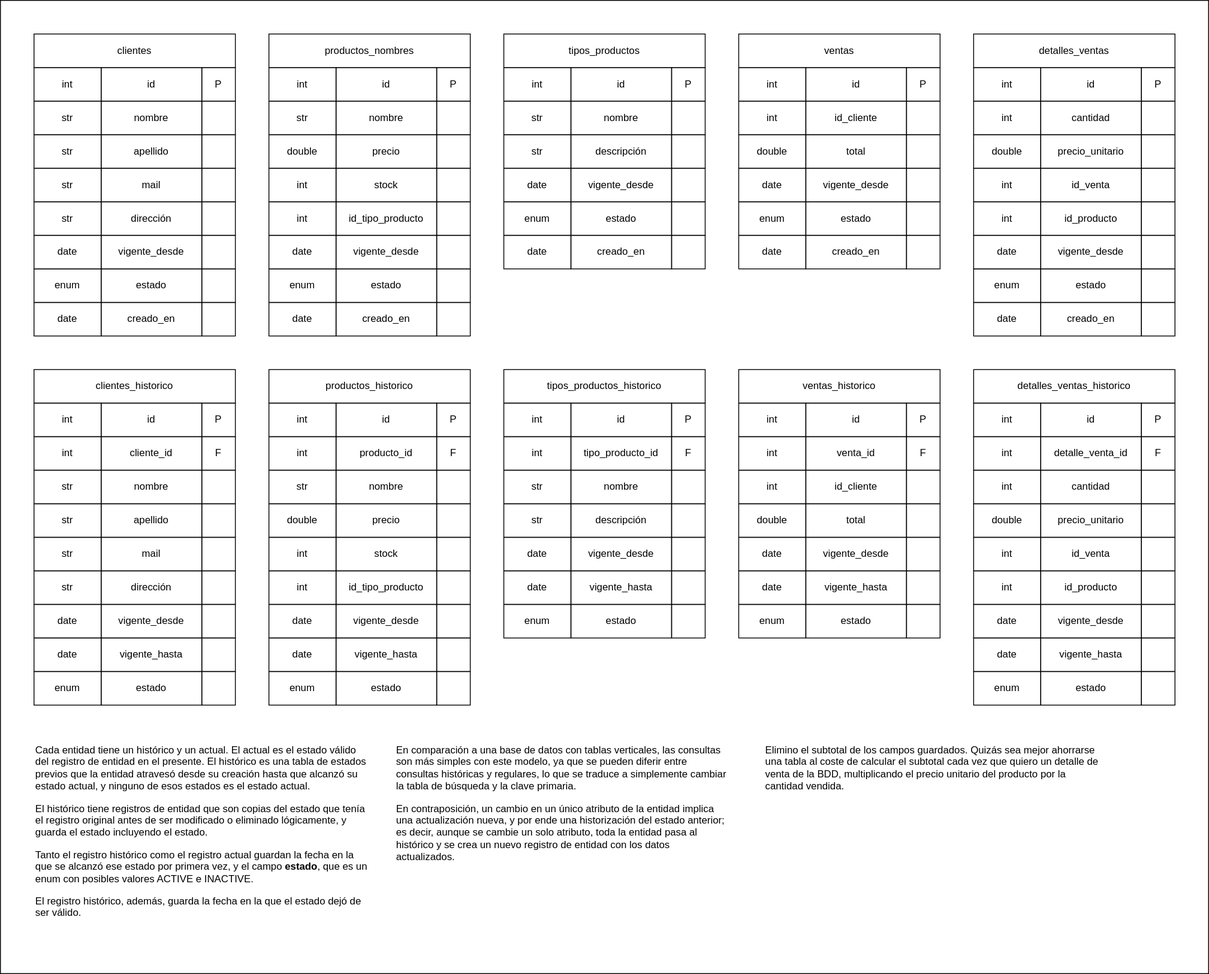
Earlier version of the draw.io export docs/diagrama-bdd.svg (Mateo-Serrano-24504/CrudGyl). Source tidied: cells renumbered, new cells last; positions are measured from the earlier drawing's top-left corner, leaving out a move shared by most shapes.
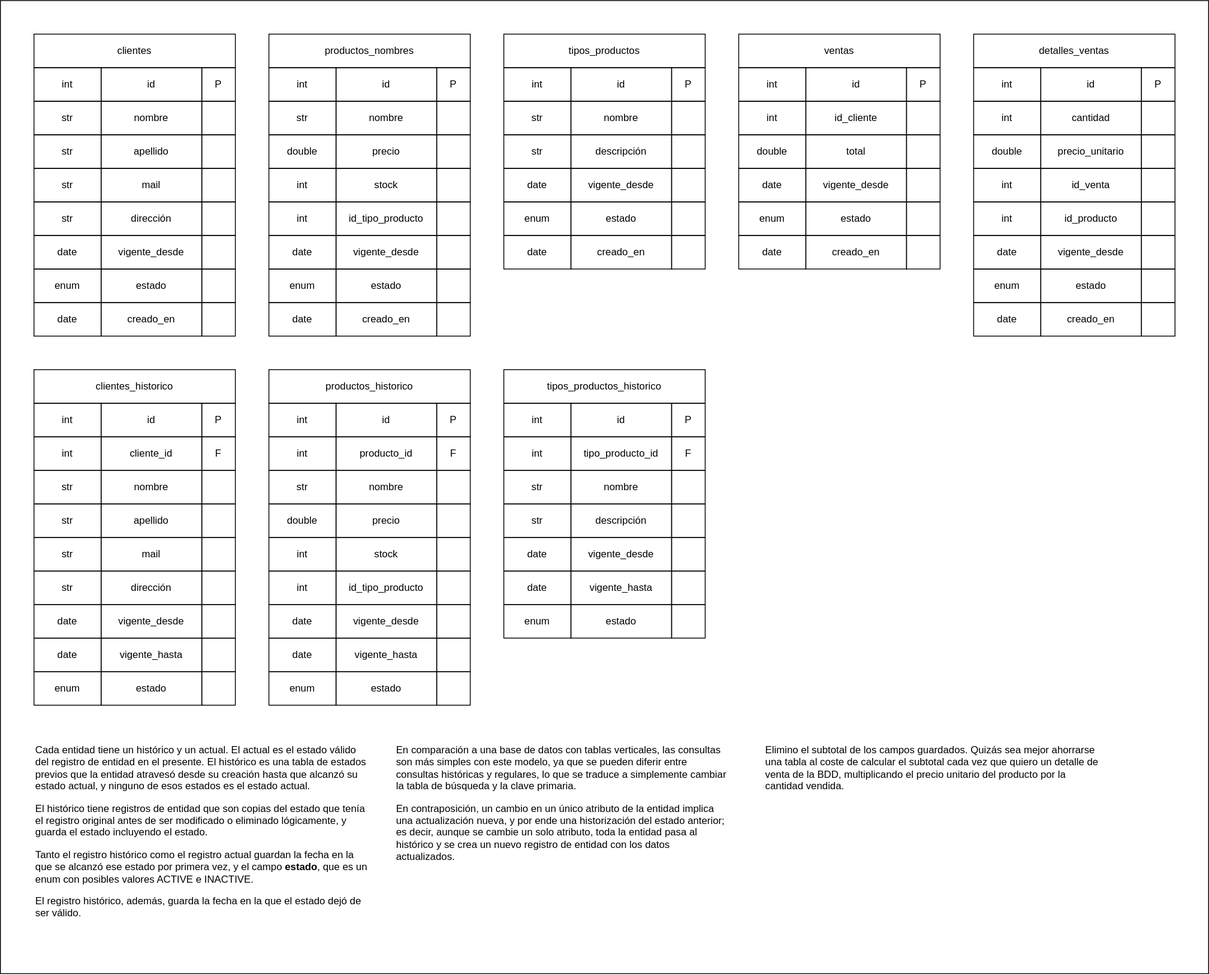
Above is the later version.

Commit message:
docs: Actualizo el diagrama de la BDD

The edit, as a diff of the source:
```diff
@@ -356,75 +356,6 @@
     <mxCell id="119" style="rounded=0;whiteSpace=wrap;html=1;fillColor=none;align=center;" parent="1" vertex="1">
       <mxGeometry x="520" y="680" width="40" height="40" as="geometry" />
     </mxCell>
-    <mxCell id="120" value="detalles_ventas_historico" style="rounded=0;whiteSpace=wrap;html=1;" parent="1" vertex="1">
-      <mxGeometry x="1160" y="440" width="240" height="40" as="geometry" />
-    </mxCell>
-    <mxCell id="121" value="int" style="rounded=0;whiteSpace=wrap;html=1;fillColor=none;align=center;" parent="1" vertex="1">
-      <mxGeometry x="1160" y="480" width="80" height="40" as="geometry" />
-    </mxCell>
-    <mxCell id="122" value="id" style="rounded=0;whiteSpace=wrap;html=1;fillColor=none;align=center;" parent="1" vertex="1">
-      <mxGeometry x="1240" y="480" width="120" height="40" as="geometry" />
-    </mxCell>
-    <mxCell id="123" value="P" style="rounded=0;whiteSpace=wrap;html=1;fillColor=none;align=center;" parent="1" vertex="1">
-      <mxGeometry x="1360" y="480" width="40" height="40" as="geometry" />
-    </mxCell>
-    <mxCell id="124" value="int" style="rounded=0;whiteSpace=wrap;html=1;fillColor=none;align=center;" parent="1" vertex="1">
-      <mxGeometry x="1160" y="560" width="80" height="40" as="geometry" />
-    </mxCell>
-    <mxCell id="125" value="cantidad" style="rounded=0;whiteSpace=wrap;html=1;fillColor=none;align=center;" parent="1" vertex="1">
-      <mxGeometry x="1240" y="560" width="120" height="40" as="geometry" />
-    </mxCell>
-    <mxCell id="126" style="rounded=0;whiteSpace=wrap;html=1;fillColor=none;align=center;" parent="1" vertex="1">
-      <mxGeometry x="1360" y="560" width="40" height="40" as="geometry" />
-    </mxCell>
-    <mxCell id="127" value="date" style="rounded=0;whiteSpace=wrap;html=1;fillColor=none;align=center;" parent="1" vertex="1">
-      <mxGeometry x="1160" y="720" width="80" height="40" as="geometry" />
-    </mxCell>
-    <mxCell id="128" value="vigente_desde" style="rounded=0;whiteSpace=wrap;html=1;fillColor=none;align=center;" parent="1" vertex="1">
-      <mxGeometry x="1240" y="720" width="120" height="40" as="geometry" />
-    </mxCell>
-    <mxCell id="129" style="rounded=0;whiteSpace=wrap;html=1;fillColor=none;align=center;" parent="1" vertex="1">
-      <mxGeometry x="1360" y="720" width="40" height="40" as="geometry" />
-    </mxCell>
-    <mxCell id="130" value="ventas_historico" style="rounded=0;whiteSpace=wrap;html=1;" parent="1" vertex="1">
-      <mxGeometry x="880" y="440" width="240" height="40" as="geometry" />
-    </mxCell>
-    <mxCell id="131" value="int" style="rounded=0;whiteSpace=wrap;html=1;fillColor=none;align=center;" parent="1" vertex="1">
-      <mxGeometry x="880" y="480" width="80" height="40" as="geometry" />
-    </mxCell>
-    <mxCell id="132" value="id" style="rounded=0;whiteSpace=wrap;html=1;fillColor=none;align=center;" parent="1" vertex="1">
-      <mxGeometry x="960" y="480" width="120" height="40" as="geometry" />
-    </mxCell>
-    <mxCell id="133" value="P" style="rounded=0;whiteSpace=wrap;html=1;fillColor=none;align=center;" parent="1" vertex="1">
-      <mxGeometry x="1080" y="480" width="40" height="40" as="geometry" />
-    </mxCell>
-    <mxCell id="134" value="int" style="rounded=0;whiteSpace=wrap;html=1;fillColor=none;align=center;" parent="1" vertex="1">
-      <mxGeometry x="880" y="560" width="80" height="40" as="geometry" />
-    </mxCell>
-    <mxCell id="135" value="id_cliente" style="rounded=0;whiteSpace=wrap;html=1;fillColor=none;align=center;" parent="1" vertex="1">
-      <mxGeometry x="960" y="560" width="120" height="40" as="geometry" />
-    </mxCell>
-    <mxCell id="136" style="rounded=0;whiteSpace=wrap;html=1;fillColor=none;align=center;" parent="1" vertex="1">
-      <mxGeometry x="1080" y="560" width="40" height="40" as="geometry" />
-    </mxCell>
-    <mxCell id="137" value="date" style="rounded=0;whiteSpace=wrap;html=1;fillColor=none;align=center;" parent="1" vertex="1">
-      <mxGeometry x="880" y="640" width="80" height="40" as="geometry" />
-    </mxCell>
-    <mxCell id="138" value="vigente_desde" style="rounded=0;whiteSpace=wrap;html=1;fillColor=none;align=center;" parent="1" vertex="1">
-      <mxGeometry x="960" y="640" width="120" height="40" as="geometry" />
-    </mxCell>
-    <mxCell id="139" style="rounded=0;whiteSpace=wrap;html=1;fillColor=none;align=center;" parent="1" vertex="1">
-      <mxGeometry x="1080" y="640" width="40" height="40" as="geometry" />
-    </mxCell>
-    <mxCell id="140" value="double" style="rounded=0;whiteSpace=wrap;html=1;fillColor=none;align=center;" parent="1" vertex="1">
-      <mxGeometry x="880" y="600" width="80" height="40" as="geometry" />
-    </mxCell>
-    <mxCell id="141" value="total" style="rounded=0;whiteSpace=wrap;html=1;fillColor=none;align=center;" parent="1" vertex="1">
-      <mxGeometry x="960" y="600" width="120" height="40" as="geometry" />
-    </mxCell>
-    <mxCell id="142" style="rounded=0;whiteSpace=wrap;html=1;fillColor=none;align=center;" parent="1" vertex="1">
-      <mxGeometry x="1080" y="600" width="40" height="40" as="geometry" />
-    </mxCell>
     <mxCell id="143" value="tipos_productos_historico" style="rounded=0;whiteSpace=wrap;html=1;" parent="1" vertex="1">
       <mxGeometry x="600" y="440" width="240" height="40" as="geometry" />
     </mxCell>
@@ -464,33 +395,6 @@
     <mxCell id="155" style="rounded=0;whiteSpace=wrap;html=1;fillColor=none;align=center;" parent="1" vertex="1">
       <mxGeometry x="800" y="560" width="40" height="40" as="geometry" />
     </mxCell>
-    <mxCell id="156" value="double" style="rounded=0;whiteSpace=wrap;html=1;fillColor=none;align=center;" parent="1" vertex="1">
-      <mxGeometry x="1160" y="600" width="80" height="40" as="geometry" />
-    </mxCell>
-    <mxCell id="157" value="precio_unitario" style="rounded=0;whiteSpace=wrap;html=1;fillColor=none;align=center;" parent="1" vertex="1">
-      <mxGeometry x="1240" y="600" width="120" height="40" as="geometry" />
-    </mxCell>
-    <mxCell id="158" style="rounded=0;whiteSpace=wrap;html=1;fillColor=none;align=center;" parent="1" vertex="1">
-      <mxGeometry x="1360" y="600" width="40" height="40" as="geometry" />
-    </mxCell>
-    <mxCell id="159" value="int" style="rounded=0;whiteSpace=wrap;html=1;fillColor=none;align=center;" parent="1" vertex="1">
-      <mxGeometry x="1160" y="640" width="80" height="40" as="geometry" />
-    </mxCell>
-    <mxCell id="160" value="id_venta" style="rounded=0;whiteSpace=wrap;html=1;fillColor=none;align=center;" parent="1" vertex="1">
-      <mxGeometry x="1240" y="640" width="120" height="40" as="geometry" />
-    </mxCell>
-    <mxCell id="161" style="rounded=0;whiteSpace=wrap;html=1;fillColor=none;align=center;" parent="1" vertex="1">
-      <mxGeometry x="1360" y="640" width="40" height="40" as="geometry" />
-    </mxCell>
-    <mxCell id="162" value="int" style="rounded=0;whiteSpace=wrap;html=1;fillColor=none;align=center;" parent="1" vertex="1">
-      <mxGeometry x="1160" y="680" width="80" height="40" as="geometry" />
-    </mxCell>
-    <mxCell id="163" value="id_producto" style="rounded=0;whiteSpace=wrap;html=1;fillColor=none;align=center;" parent="1" vertex="1">
-      <mxGeometry x="1240" y="680" width="120" height="40" as="geometry" />
-    </mxCell>
-    <mxCell id="164" style="rounded=0;whiteSpace=wrap;html=1;fillColor=none;align=center;" parent="1" vertex="1">
-      <mxGeometry x="1360" y="680" width="40" height="40" as="geometry" />
-    </mxCell>
     <mxCell id="165" value="date" style="rounded=0;whiteSpace=wrap;html=1;fillColor=none;align=center;" parent="1" vertex="1">
       <mxGeometry x="320" y="760" width="80" height="40" as="geometry" />
     </mxCell>
@@ -509,24 +413,6 @@
     <mxCell id="170" style="rounded=0;whiteSpace=wrap;html=1;fillColor=none;align=center;" parent="1" vertex="1">
       <mxGeometry x="800" y="680" width="40" height="40" as="geometry" />
     </mxCell>
-    <mxCell id="171" value="date" style="rounded=0;whiteSpace=wrap;html=1;fillColor=none;align=center;" parent="1" vertex="1">
-      <mxGeometry x="880" y="680" width="80" height="40" as="geometry" />
-    </mxCell>
-    <mxCell id="172" value="vigente_hasta" style="rounded=0;whiteSpace=wrap;html=1;fillColor=none;align=center;" parent="1" vertex="1">
-      <mxGeometry x="960" y="680" width="120" height="40" as="geometry" />
-    </mxCell>
-    <mxCell id="173" style="rounded=0;whiteSpace=wrap;html=1;fillColor=none;align=center;" parent="1" vertex="1">
-      <mxGeometry x="1080" y="680" width="40" height="40" as="geometry" />
-    </mxCell>
-    <mxCell id="174" value="date" style="rounded=0;whiteSpace=wrap;html=1;fillColor=none;align=center;" parent="1" vertex="1">
-      <mxGeometry x="1160" y="760" width="80" height="40" as="geometry" />
-    </mxCell>
-    <mxCell id="175" value="vigente_hasta" style="rounded=0;whiteSpace=wrap;html=1;fillColor=none;align=center;" parent="1" vertex="1">
-      <mxGeometry x="1240" y="760" width="120" height="40" as="geometry" />
-    </mxCell>
-    <mxCell id="176" style="rounded=0;whiteSpace=wrap;html=1;fillColor=none;align=center;" parent="1" vertex="1">
-      <mxGeometry x="1360" y="760" width="40" height="40" as="geometry" />
-    </mxCell>
     <mxCell id="177" value="&lt;p style=&quot;margin-top: 0px;&quot;&gt;En comparación a una base de datos con tablas verticales, las consultas son más simples con este modelo, ya que se pueden diferir entre consultas históricas y regulares, lo que se traduce a simplemente cambiar la tabla de búsqueda y la clave primaria.&lt;/p&gt;&lt;p style=&quot;margin-top: 0px;&quot;&gt;En contraposición, un cambio en un único atributo de la entidad implica una actualización nueva, y por ende una historización del estado anterior; es decir, aunque se cambie un solo atributo, toda la entidad pasa al histórico y se crea un nuevo registro de entidad con los datos actualizados.&lt;/p&gt;" style="text;html=1;whiteSpace=wrap;overflow=hidden;rounded=0;" parent="1" vertex="1">
       <mxGeometry x="470" y="880" width="400" height="160" as="geometry" />
     </mxCell>
@@ -674,24 +560,6 @@
     <mxCell id="225" value="F" style="rounded=0;whiteSpace=wrap;html=1;fillColor=none;align=center;" parent="1" vertex="1">
       <mxGeometry x="800" y="520" width="40" height="40" as="geometry" />
     </mxCell>
-    <mxCell id="226" value="int" style="rounded=0;whiteSpace=wrap;html=1;fillColor=none;align=center;" parent="1" vertex="1">
-      <mxGeometry x="880" y="520" width="80" height="40" as="geometry" />
-    </mxCell>
-    <mxCell id="227" value="venta_id" style="rounded=0;whiteSpace=wrap;html=1;fillColor=none;align=center;" parent="1" vertex="1">
-      <mxGeometry x="960" y="520" width="120" height="40" as="geometry" />
-    </mxCell>
-    <mxCell id="228" value="F" style="rounded=0;whiteSpace=wrap;html=1;fillColor=none;align=center;" parent="1" vertex="1">
-      <mxGeometry x="1080" y="520" width="40" height="40" as="geometry" />
-    </mxCell>
-    <mxCell id="229" value="int" style="rounded=0;whiteSpace=wrap;html=1;fillColor=none;align=center;" parent="1" vertex="1">
-      <mxGeometry x="1160" y="520" width="80" height="40" as="geometry" />
-    </mxCell>
-    <mxCell id="230" value="detalle_venta_id" style="rounded=0;whiteSpace=wrap;html=1;fillColor=none;align=center;" parent="1" vertex="1">
-      <mxGeometry x="1240" y="520" width="120" height="40" as="geometry" />
-    </mxCell>
-    <mxCell id="231" value="F" style="rounded=0;whiteSpace=wrap;html=1;fillColor=none;align=center;" parent="1" vertex="1">
-      <mxGeometry x="1360" y="520" width="40" height="40" as="geometry" />
-    </mxCell>
     <mxCell id="232" value="enum" style="rounded=0;whiteSpace=wrap;html=1;fillColor=none;align=center;" parent="1" vertex="1">
       <mxGeometry x="40" y="800" width="80" height="40" as="geometry" />
     </mxCell>
@@ -719,23 +587,5 @@
     <mxCell id="240" style="rounded=0;whiteSpace=wrap;html=1;fillColor=none;align=center;" parent="1" vertex="1">
       <mxGeometry x="800" y="720" width="40" height="40" as="geometry" />
     </mxCell>
-    <mxCell id="241" value="enum" style="rounded=0;whiteSpace=wrap;html=1;fillColor=none;align=center;" parent="1" vertex="1">
-      <mxGeometry x="880" y="720" width="80" height="40" as="geometry" />
-    </mxCell>
-    <mxCell id="242" value="estado" style="rounded=0;whiteSpace=wrap;html=1;fillColor=none;align=center;" parent="1" vertex="1">
-      <mxGeometry x="960" y="720" width="120" height="40" as="geometry" />
-    </mxCell>
-    <mxCell id="243" style="rounded=0;whiteSpace=wrap;html=1;fillColor=none;align=center;" parent="1" vertex="1">
-      <mxGeometry x="1080" y="720" width="40" height="40" as="geometry" />
-    </mxCell>
-    <mxCell id="244" value="enum" style="rounded=0;whiteSpace=wrap;html=1;fillColor=none;align=center;" parent="1" vertex="1">
-      <mxGeometry x="1160" y="800" width="80" height="40" as="geometry" />
-    </mxCell>
-    <mxCell id="245" value="estado" style="rounded=0;whiteSpace=wrap;html=1;fillColor=none;align=center;" parent="1" vertex="1">
-      <mxGeometry x="1240" y="800" width="120" height="40" as="geometry" />
-    </mxCell>
-    <mxCell id="246" style="rounded=0;whiteSpace=wrap;html=1;fillColor=none;align=center;" parent="1" vertex="1">
-      <mxGeometry x="1360" y="800" width="40" height="40" as="geometry" />
-    </mxCell>
   </root>
 </mxGraphModel>
```
